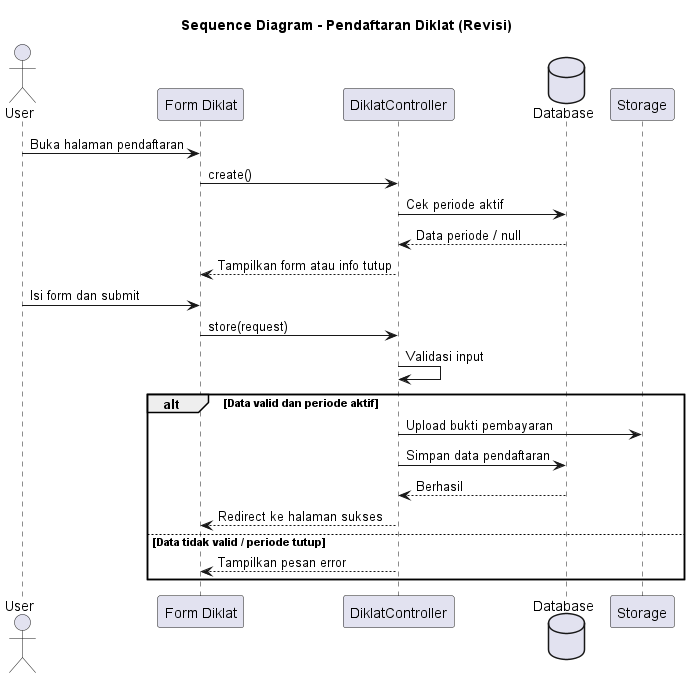
The PlantUML diagram out/docs/sequence-diagrams/iterasi-2/01-pendaftaran-diklat-revisi-seq/Diklat_Revisi_Sequence.png in RizkyFahrizal/satpals-project, before a commit. Source of this version:
```plantuml
@startuml Diklat_Revisi_Sequence

title Sequence Diagram - Pendaftaran Diklat (Revisi)

actor User
participant "Form Diklat" as Form
participant "DiklatController" as Controller
database "Database" as DB
participant "Storage" as Storage

User -> Form: Buka halaman pendaftaran
Form -> Controller: create()
Controller -> DB: Cek periode aktif
DB --> Controller: Data periode / null
Controller --> Form: Tampilkan form atau info tutup

User -> Form: Isi form dan submit
Form -> Controller: store(request)
Controller -> Controller: Validasi input

alt Data valid dan periode aktif
  Controller -> Storage: Upload bukti pembayaran
  Controller -> DB: Simpan data pendaftaran
  DB --> Controller: Berhasil
  Controller --> Form: Redirect ke halaman sukses
else Data tidak valid / periode tutup
  Controller --> Form: Tampilkan pesan error
end

@enduml
```
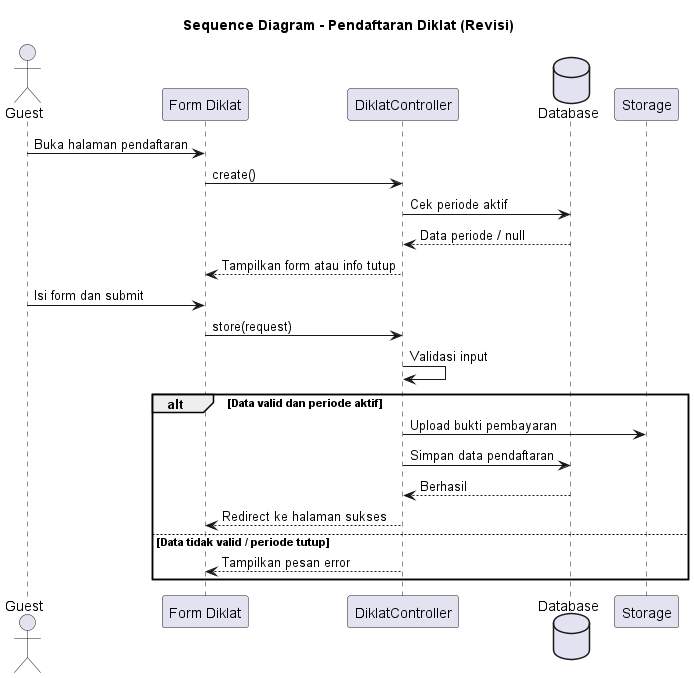
Above is the later version.

Diff of the diagram source:
```diff
@@ -2,19 +2,19 @@
 
 title Sequence Diagram - Pendaftaran Diklat (Revisi)
 
-actor User
+actor Guest
 participant "Form Diklat" as Form
 participant "DiklatController" as Controller
 database "Database" as DB
 participant "Storage" as Storage
 
-User -> Form: Buka halaman pendaftaran
+Guest -> Form: Buka halaman pendaftaran
 Form -> Controller: create()
 Controller -> DB: Cek periode aktif
 DB --> Controller: Data periode / null
 Controller --> Form: Tampilkan form atau info tutup
 
-User -> Form: Isi form dan submit
+Guest -> Form: Isi form dan submit
 Form -> Controller: store(request)
 Controller -> Controller: Validasi input
 
```
